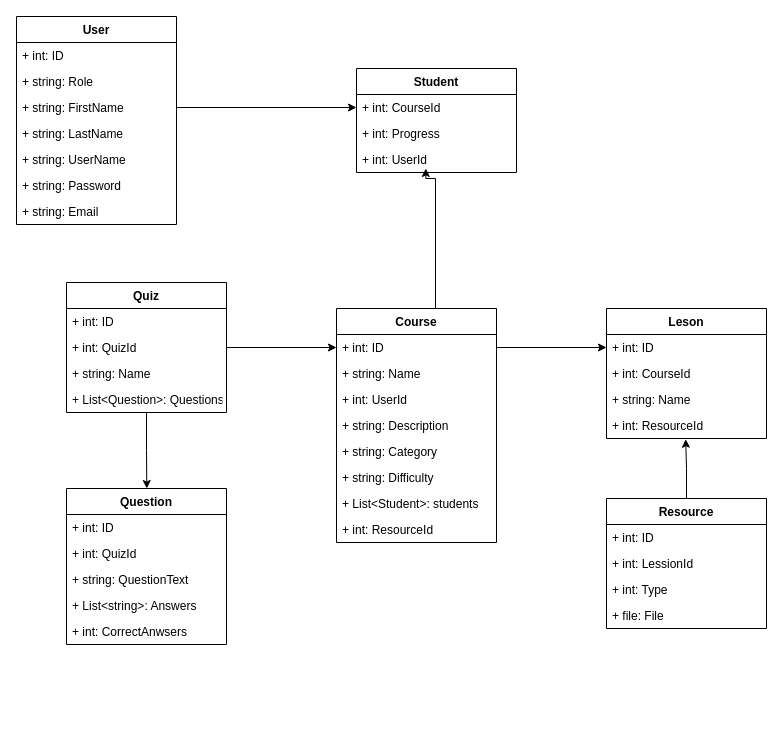
Above: Untitled Diagram.drawio in marcopolo5/PEX1 (draw.io), before the change. Source tidied: cells renumbered, new cells numbered last; positions are measured from the earlier drawing's top-left corner, leaving out a move shared by most shapes. Both pictures are drawn from the tidied source at 100%, with x=0, y=0 at pixel (16, 16).
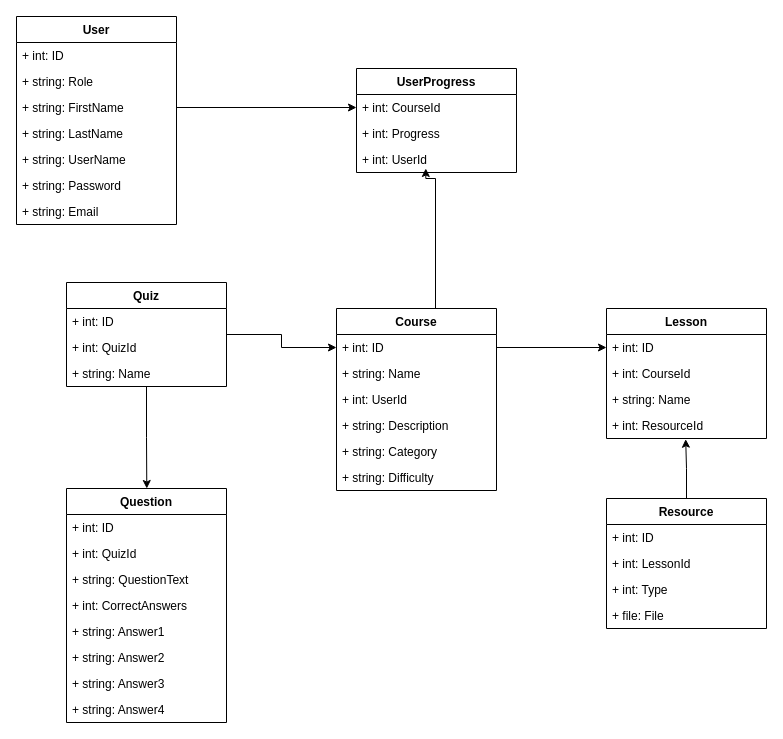
The same page after the edit.

The change refers to these unchanged cells:
```xml
<mxCell id="32" value="Resource" style="swimlane;fontStyle=1;align=center;verticalAlign=top;horizontal=1;startSize=26;" parent="1" vertex="1">
  <mxGeometry x="590" y="482" width="160" height="130" as="geometry" />
</mxCell>
```

Change to the diagram source:
```diff
@@
-    <mxCell id="10" value="Student" style="swimlane;fontStyle=1;align=center;verticalAlign=top;horizontal=1;startSize=26;" parent="1" vertex="1">
+    <mxCell id="10" value="UserProgress" style="swimlane;fontStyle=1;align=center;verticalAlign=top;horizontal=1;startSize=26;" parent="1" vertex="1">
       <mxGeometry x="340" y="52" width="160" height="104" as="geometry" />
     </mxCell>
@@
     <mxCell id="15" value="Course" style="swimlane;fontStyle=1;align=center;verticalAlign=top;horizontal=1;startSize=26;" parent="1" vertex="1">
-      <mxGeometry x="320" y="292" width="160" height="234" as="geometry" />
+      <mxGeometry x="320" y="292" width="160" height="182" as="geometry" />
     </mxCell>
@@
-    <mxCell id="22" value="+ List&lt;Student&gt;: students" style="text;strokeColor=none;fillColor=none;align=left;verticalAlign=top;spacingLeft=4;spacingRight=4;overflow=hidden;" parent="15" vertex="1">
-      <mxGeometry y="182" width="160" height="26" as="geometry" />
-    </mxCell>
-    <mxCell id="23" value="+ int: ResourceId" style="text;strokeColor=none;fillColor=none;align=left;verticalAlign=top;spacingLeft=4;spacingRight=4;overflow=hidden;" parent="15" vertex="1">
-      <mxGeometry y="208" width="160" height="26" as="geometry" />
-    </mxCell>
@@
-    <mxCell id="25" value="Leson" style="swimlane;fontStyle=1;align=center;verticalAlign=top;horizontal=1;startSize=26;" parent="1" vertex="1">
+    <mxCell id="25" value="Lesson" style="swimlane;fontStyle=1;align=center;verticalAlign=top;horizontal=1;startSize=26;" parent="1" vertex="1">
       <mxGeometry x="590" y="292" width="160" height="130" as="geometry" />
     </mxCell>
@@
-    <mxCell id="34" value="+ int: LessionId" style="text;strokeColor=none;fillColor=none;align=left;verticalAlign=top;spacingLeft=4;spacingRight=4;overflow=hidden;" parent="32" vertex="1">
+    <mxCell id="34" value="+ int: LessonId" style="text;strokeColor=none;fillColor=none;align=left;verticalAlign=top;spacingLeft=4;spacingRight=4;overflow=hidden;" parent="32" vertex="1">
       <mxGeometry y="52" width="160" height="26" as="geometry" />
     </mxCell>
@@
     <mxCell id="39" value="Quiz" style="swimlane;fontStyle=1;align=center;verticalAlign=top;horizontal=1;startSize=26;" parent="1" vertex="1">
-      <mxGeometry x="50" y="266" width="160" height="130" as="geometry" />
+      <mxGeometry x="50" y="266" width="160" height="104" as="geometry" />
     </mxCell>
@@
-    <mxCell id="43" value="+ List&lt;Question&gt;: Questions" style="text;strokeColor=none;fillColor=none;align=left;verticalAlign=top;spacingLeft=4;spacingRight=4;overflow=hidden;" parent="39" vertex="1">
-      <mxGeometry y="104" width="160" height="26" as="geometry" />
-    </mxCell>
     <mxCell id="44" value="Question" style="swimlane;fontStyle=1;align=center;verticalAlign=top;horizontal=1;startSize=26;" parent="1" vertex="1">
-      <mxGeometry x="50" y="472" width="160" height="156" as="geometry" />
+      <mxGeometry x="50" y="472" width="160" height="234" as="geometry" />
     </mxCell>
@@
-    <mxCell id="48" value="+ List&lt;string&gt;: Answers" style="text;strokeColor=none;fillColor=none;align=left;verticalAlign=top;spacingLeft=4;spacingRight=4;overflow=hidden;" parent="44" vertex="1">
-      <mxGeometry y="104" width="160" height="26" as="geometry" />
-    </mxCell>
-    <mxCell id="49" value="+ int: CorrectAnwsers" style="text;strokeColor=none;fillColor=none;align=left;verticalAlign=top;spacingLeft=4;spacingRight=4;overflow=hidden;" parent="44" vertex="1">
-      <mxGeometry y="130" width="160" height="26" as="geometry" />
+    <mxCell id="49" value="+ int: CorrectAnswers" style="text;strokeColor=none;fillColor=none;align=left;verticalAlign=top;spacingLeft=4;spacingRight=4;overflow=hidden;" parent="44" vertex="1">
+      <mxGeometry y="104" width="160" height="26" as="geometry" />
     </mxCell>
+    <mxCell id="50" value="+ string: Answer1" style="text;strokeColor=none;fillColor=none;align=left;verticalAlign=top;spacingLeft=4;spacingRight=4;overflow=hidden;" parent="44" vertex="1">
+      <mxGeometry y="130" width="160" height="26" as="geometry" />
+    </mxCell>
+    <mxCell id="51" value="+ string: Answer2" style="text;strokeColor=none;fillColor=none;align=left;verticalAlign=top;spacingLeft=4;spacingRight=4;overflow=hidden;" parent="44" vertex="1">
+      <mxGeometry y="156" width="160" height="26" as="geometry" />
+    </mxCell>
+    <mxCell id="52" value="+ string: Answer3" style="text;strokeColor=none;fillColor=none;align=left;verticalAlign=top;spacingLeft=4;spacingRight=4;overflow=hidden;" parent="44" vertex="1">
+      <mxGeometry y="182" width="160" height="26" as="geometry" />
+    </mxCell>
+    <mxCell id="53" value="+ string: Answer4" style="text;strokeColor=none;fillColor=none;align=left;verticalAlign=top;spacingLeft=4;spacingRight=4;overflow=hidden;" parent="44" vertex="1">
+      <mxGeometry y="208" width="160" height="26" as="geometry" />
+    </mxCell>
```
